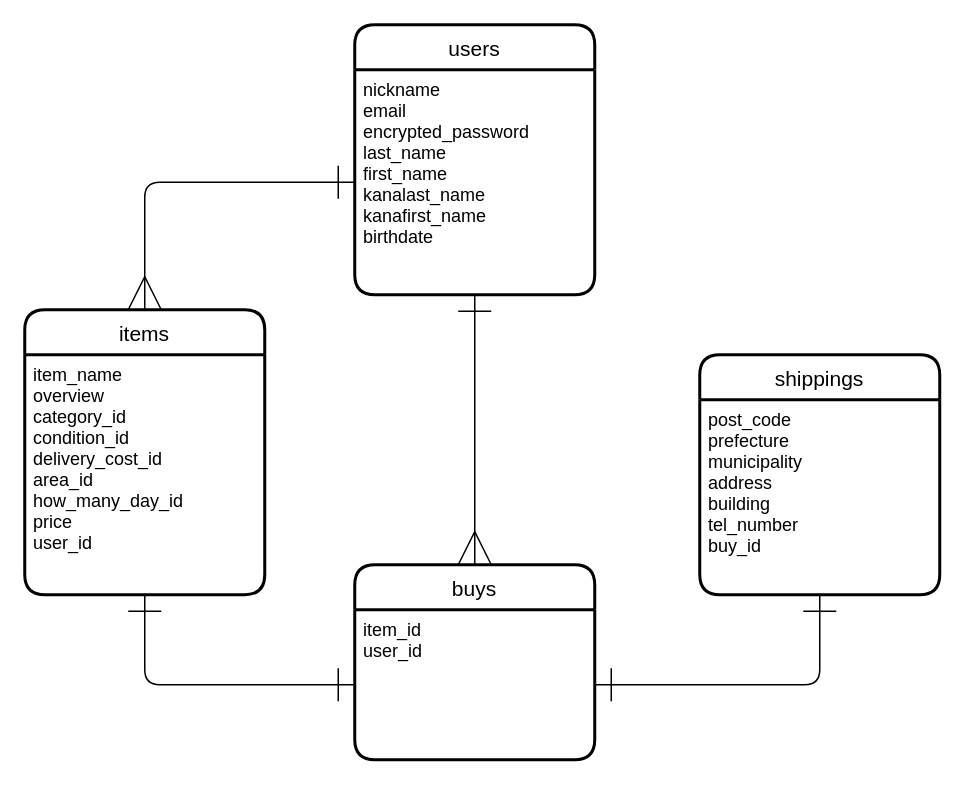
Earlier version of the draw.io diagram ermap.dio (Fjkazu/furima-39904). Source tidied: cells renumbered, new cells numbered last; positions are measured from the earlier drawing's top-left corner, leaving out a move shared by most shapes. Both pictures are drawn from the tidied source at 150%, with x=0, y=0 at pixel (24, 24).
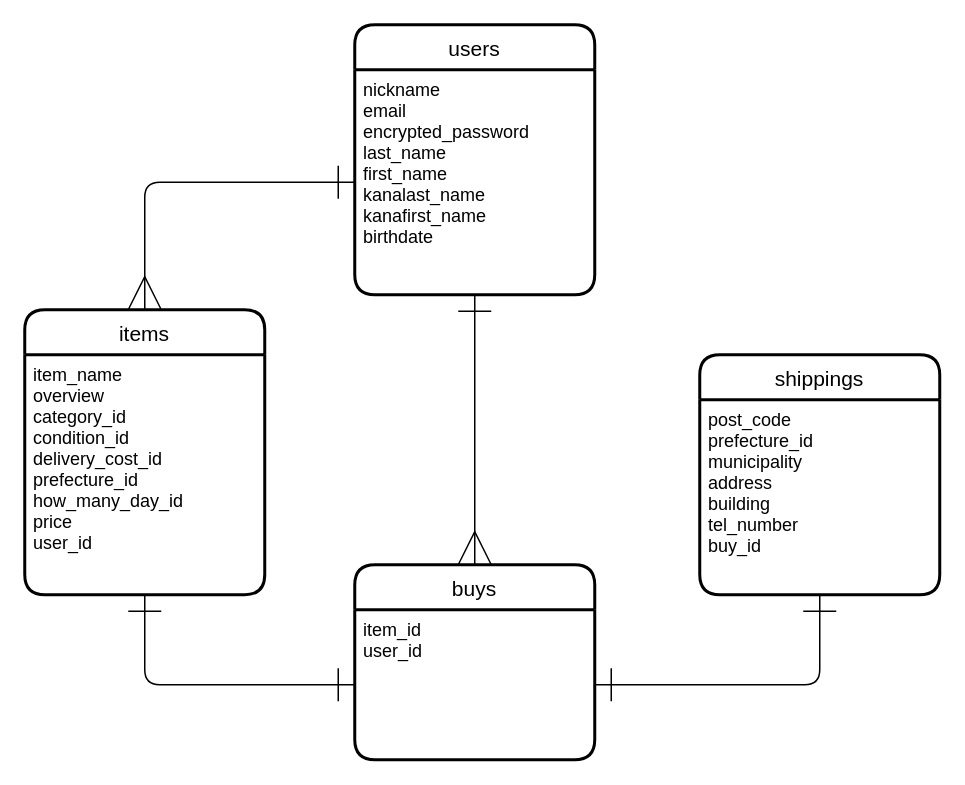
The same page after the edit.

Commit message (it also covers changes not shown here):
データベース設計の修正２

The edit, as a diff of the source:
```diff
@@
 <mxGraphModel>
   <root>
     <mxCell id="0" />
     <mxCell id="1" parent="0" />
     <mxCell id="2" value="items" style="swimlane;horizontal=1;startSize=30;rounded=1;fontSize=14;fontStyle=0;strokeWidth=2;shadow=0;dashed=0;align=center;" parent="1" vertex="1">
       <mxGeometry y="190" width="160" height="190" as="geometry" />
     </mxCell>
-    <mxCell id="3" value="item_name&#10;overview&#10;category_id&#10;condition_id&#10;delivery_cost_id&#10;area_id&#10;how_many_day_id&#10;price&#10;user_id" style="align=left;strokeColor=none;fillColor=none;spacingLeft=4;fontSize=12;verticalAlign=top;" parent="2" vertex="1">
+    <mxCell id="3" value="item_name&#10;overview&#10;category_id&#10;condition_id&#10;delivery_cost_id&#10;prefecture_id&#10;how_many_day_id&#10;price&#10;user_id" style="align=left;strokeColor=none;fillColor=none;spacingLeft=4;fontSize=12;verticalAlign=top;" parent="2" vertex="1">
       <mxGeometry y="30" width="160" height="160" as="geometry" />
     </mxCell>
     <mxCell id="4" value="users" style="swimlane;horizontal=1;startSize=30;rounded=1;fontSize=14;fontStyle=0;strokeWidth=2;shadow=0;dashed=0;align=center;" parent="1" vertex="1">
       <mxGeometry x="220" width="160" height="180" as="geometry" />
     </mxCell>
     <mxCell id="5" value="nickname&#10;email&#10;encrypted_password&#10;last_name&#10;first_name&#10;kanalast_name&#10;kanafirst_name&#10;birthdate" style="align=left;strokeColor=none;fillColor=none;spacingLeft=4;fontSize=12;verticalAlign=top;" parent="4" vertex="1">
       <mxGeometry y="30" width="160" height="150" as="geometry" />
     </mxCell>
     <mxCell id="6" value="shippings" style="swimlane;horizontal=1;startSize=30;rounded=1;fontSize=14;fontStyle=0;strokeWidth=2;shadow=0;dashed=0;align=center;" parent="1" vertex="1">
       <mxGeometry x="450" y="220" width="160" height="160" as="geometry" />
     </mxCell>
-    <mxCell id="7" value="post_code&#10;prefecture&#10;municipality&#10;address&#10;building&#10;tel_number&#10;buy_id" style="align=left;strokeColor=none;fillColor=none;spacingLeft=4;fontSize=12;verticalAlign=top;" parent="6" vertex="1">
+    <mxCell id="7" value="post_code&#10;prefecture_id&#10;municipality&#10;address&#10;building&#10;tel_number&#10;buy_id" style="align=left;strokeColor=none;fillColor=none;spacingLeft=4;fontSize=12;verticalAlign=top;" parent="6" vertex="1">
       <mxGeometry y="30" width="160" height="130" as="geometry" />
     </mxCell>
     <mxCell id="8" value="buys" style="swimlane;horizontal=1;startSize=30;rounded=1;fontSize=14;fontStyle=0;strokeWidth=2;shadow=0;dashed=0;align=center;" parent="1" vertex="1">
       <mxGeometry x="220" y="360" width="160" height="130" as="geometry" />
     </mxCell>
     <mxCell id="9" value="item_id&#10;user_id" style="align=left;strokeColor=none;fillColor=none;spacingLeft=4;fontSize=12;verticalAlign=top;" parent="8" vertex="1">
       <mxGeometry y="30" width="160" height="100" as="geometry" />
     </mxCell>
     <mxCell id="10" style="edgeStyle=none;html=1;exitX=0;exitY=0.5;exitDx=0;exitDy=0;entryX=0.5;entryY=0;entryDx=0;entryDy=0;endArrow=ERmany;endFill=0;endSize=20;startArrow=ERone;startFill=0;startSize=20;" parent="1" edge="1" source="5" target="2">
       <mxGeometry relative="1" as="geometry">
         <Array as="points">
           <mxPoint x="80" y="105" />
         </Array>
       </mxGeometry>
     </mxCell>
     <mxCell id="11" style="edgeStyle=none;html=1;exitX=0.5;exitY=1;exitDx=0;exitDy=0;entryX=0;entryY=0.5;entryDx=0;entryDy=0;startArrow=ERone;startFill=0;endArrow=ERone;endFill=0;startSize=20;endSize=20;" parent="1" edge="1" source="3" target="9">
       <mxGeometry relative="1" as="geometry">
         <Array as="points">
           <mxPoint x="80" y="440" />
         </Array>
       </mxGeometry>
     </mxCell>
     <mxCell id="12" style="edgeStyle=none;html=1;exitX=0.5;exitY=1;exitDx=0;exitDy=0;entryX=0.5;entryY=0;entryDx=0;entryDy=0;startArrow=ERone;startFill=0;endArrow=ERmany;endFill=0;startSize=20;endSize=20;" parent="1" edge="1" source="5" target="8">
       <mxGeometry relative="1" as="geometry" />
     </mxCell>
     <mxCell id="13" style="edgeStyle=none;html=1;exitX=1;exitY=0.5;exitDx=0;exitDy=0;entryX=0.5;entryY=1;entryDx=0;entryDy=0;startArrow=ERone;startFill=0;endArrow=ERone;endFill=0;startSize=20;endSize=20;" parent="1" edge="1" source="9" target="7">
       <mxGeometry relative="1" as="geometry">
         <Array as="points">
           <mxPoint x="530" y="440" />
         </Array>
       </mxGeometry>
     </mxCell>
   </root>
 </mxGraphModel>
```
